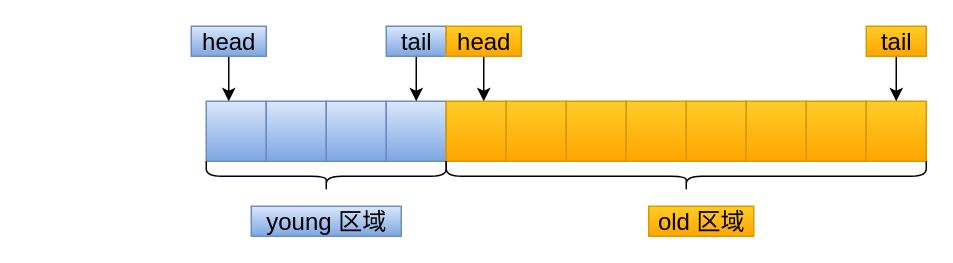
Above: mysql/innodb/young+old.drawio in xiaolincoder/ImageHost4 (draw.io), before the change. Source tidied: cells renumbered, new cells numbered last; positions are measured from the earlier drawing's top-left corner, leaving out a move shared by most shapes. Both pictures are drawn from the tidied source at 150%, with x=0, y=0 at pixel (190, -64).
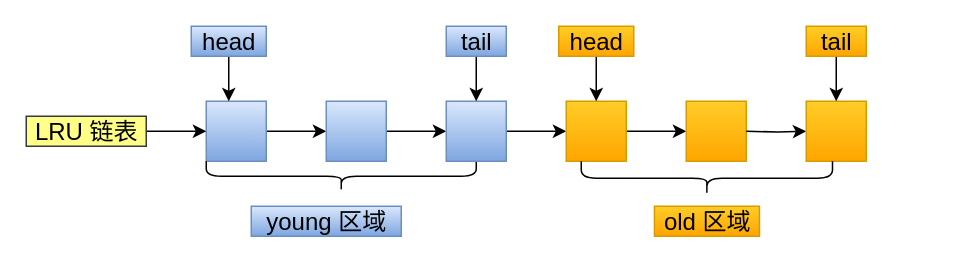
After the change.

Unchanged cells that the change refers to:
```xml
<mxCell id="2" style="rounded=0;whiteSpace=wrap;html=1;fontSize=16;fillColor=#dae8fc;strokeColor=#6c8ebf;gradientColor=#7ea6e0;" parent="1" vertex="1">
  <mxGeometry x="10" y="110" width="40" height="40" as="geometry" />
</mxCell>
```

Change to the diagram source:
```diff
@@
+    <mxCell id="26" style="edgeStyle=orthogonalEdgeStyle;rounded=0;jettySize=auto;html=1;entryX=0;entryY=0.5;entryDx=0;entryDy=0;fontSize=16;" parent="1" edge="1" source="2" target="5">
+      <mxGeometry relative="1" as="geometry" />
+    </mxCell>
@@
+    <mxCell id="27" style="edgeStyle=orthogonalEdgeStyle;rounded=0;jettySize=auto;html=1;entryX=0;entryY=0.5;entryDx=0;entryDy=0;fontSize=16;" parent="1" edge="1" source="5" target="29">
+      <mxGeometry relative="1" as="geometry" />
+    </mxCell>
     <mxCell id="5" style="rounded=0;whiteSpace=wrap;html=1;fontSize=16;fillColor=#dae8fc;strokeColor=#6c8ebf;gradientColor=#7ea6e0;" parent="1" vertex="1">
-      <mxGeometry x="50" y="110" width="40" height="40" as="geometry" />
+      <mxGeometry x="90" y="110" width="40" height="40" as="geometry" />
     </mxCell>
-    <mxCell id="6" style="rounded=0;whiteSpace=wrap;html=1;fontSize=16;fillColor=#dae8fc;strokeColor=#6c8ebf;gradientColor=#7ea6e0;" parent="1" vertex="1">
-      <mxGeometry x="90" y="110" width="40" height="40" as="geometry" />
-    </mxCell>
-    <mxCell id="7" style="rounded=0;whiteSpace=wrap;html=1;fontSize=16;fillColor=#dae8fc;strokeColor=#6c8ebf;gradientColor=#7ea6e0;" parent="1" vertex="1">
-      <mxGeometry x="130" y="110" width="40" height="40" as="geometry" />
-    </mxCell>
-    <mxCell id="8" style="rounded=0;whiteSpace=wrap;html=1;fontSize=16;fillColor=#ffcd28;gradientColor=#ffa500;strokeColor=#d79b00;" parent="1" vertex="1">
-      <mxGeometry x="170" y="110" width="40" height="40" as="geometry" />
-    </mxCell>
-    <mxCell id="9" style="rounded=0;whiteSpace=wrap;html=1;fontSize=16;fillColor=#ffcd28;gradientColor=#ffa500;strokeColor=#d79b00;" parent="1" vertex="1">
-      <mxGeometry x="210" y="110" width="40" height="40" as="geometry" />
-    </mxCell>
-    <mxCell id="10" style="rounded=0;whiteSpace=wrap;html=1;fontSize=16;fillColor=#ffcd28;gradientColor=#ffa500;strokeColor=#d79b00;" parent="1" vertex="1">
-      <mxGeometry x="250" y="110" width="40" height="40" as="geometry" />
-    </mxCell>
-    <mxCell id="11" style="rounded=0;whiteSpace=wrap;html=1;fontSize=16;fillColor=#ffcd28;gradientColor=#ffa500;strokeColor=#d79b00;" parent="1" vertex="1">
-      <mxGeometry x="290" y="110" width="40" height="40" as="geometry" />
-    </mxCell>
-    <mxCell id="12" style="rounded=0;whiteSpace=wrap;html=1;fontSize=16;fillColor=#ffcd28;gradientColor=#ffa500;strokeColor=#d79b00;" parent="1" vertex="1">
-      <mxGeometry x="330" y="110" width="40" height="40" as="geometry" />
-    </mxCell>
-    <mxCell id="13" style="rounded=0;whiteSpace=wrap;html=1;fontSize=16;fillColor=#ffcd28;gradientColor=#ffa500;strokeColor=#d79b00;" parent="1" vertex="1">
-      <mxGeometry x="370" y="110" width="40" height="40" as="geometry" />
-    </mxCell>
-    <mxCell id="14" style="rounded=0;whiteSpace=wrap;html=1;fontSize=16;fillColor=#ffcd28;gradientColor=#ffa500;strokeColor=#d79b00;" parent="1" vertex="1">
-      <mxGeometry x="410" y="110" width="40" height="40" as="geometry" />
-    </mxCell>
-    <mxCell id="15" style="rounded=0;whiteSpace=wrap;html=1;fontSize=16;fillColor=#ffcd28;gradientColor=#ffa500;strokeColor=#d79b00;" parent="1" vertex="1">
-      <mxGeometry x="450" y="110" width="40" height="40" as="geometry" />
-    </mxCell>
-    <mxCell id="16" style="endArrow=classic;html=1;rounded=0;entryX=0;entryY=0;entryDx=0;entryDy=0;fontSize=16;" parent="1" edge="1">
-      <mxGeometry relative="1" as="geometry">
-        <mxPoint x="150" y="80" as="sourcePoint" />
-        <mxPoint x="150" y="110" as="targetPoint" />
-      </mxGeometry>
-    </mxCell>
-    <mxCell id="17" value="tail" style="text;html=1;align=center;verticalAlign=middle;strokeColor=#6c8ebf;fillColor=#dae8fc;fontSize=16;gradientColor=#7ea6e0;" parent="1" vertex="1">
-      <mxGeometry x="130" y="60" width="40" height="20" as="geometry" />
-    </mxCell>
-    <mxCell id="18" style="endArrow=classic;html=1;rounded=0;entryX=0;entryY=0;entryDx=0;entryDy=0;fontSize=16;" parent="1" edge="1">
-      <mxGeometry relative="1" as="geometry">
-        <mxPoint x="195" y="80" as="sourcePoint" />
-        <mxPoint x="195" y="110" as="targetPoint" />
-      </mxGeometry>
-    </mxCell>
-    <mxCell id="19" value="head" style="text;html=1;align=center;verticalAlign=middle;strokeColor=#d79b00;fillColor=#ffcd28;fontSize=16;gradientColor=#ffa500;" parent="1" vertex="1">
-      <mxGeometry x="170" y="60" width="50" height="20" as="geometry" />
-    </mxCell>
-    <mxCell id="20" style="endArrow=classic;html=1;rounded=0;entryX=0;entryY=0;entryDx=0;entryDy=0;fontSize=16;" parent="1" edge="1">
-      <mxGeometry relative="1" as="geometry">
-        <mxPoint x="470" y="80" as="sourcePoint" />
-        <mxPoint x="470" y="110" as="targetPoint" />
-      </mxGeometry>
-    </mxCell>
-    <mxCell id="21" value="tail" style="text;html=1;align=center;verticalAlign=middle;strokeColor=#d79b00;fillColor=#ffcd28;fontSize=16;gradientColor=#ffa500;" parent="1" vertex="1">
-      <mxGeometry x="450" y="60" width="40" height="20" as="geometry" />
-    </mxCell>
     <mxCell id="22" style="shape=curlyBracket;whiteSpace=wrap;html=1;rounded=1;flipH=1;fontSize=16;rotation=90;" parent="1" vertex="1">
-      <mxGeometry x="80" y="80" width="20" height="160" as="geometry" />
+      <mxGeometry x="90" y="70" width="20" height="180" as="geometry" />
     </mxCell>
-    <mxCell id="23" style="shape=curlyBracket;whiteSpace=wrap;html=1;rounded=1;flipH=1;fontSize=16;rotation=90;" parent="1" vertex="1">
-      <mxGeometry x="320" width="20" height="320" as="geometry" />
-    </mxCell>
@@
     <mxCell id="25" value="old 区域" style="text;html=1;align=center;verticalAlign=middle;strokeColor=#d79b00;fillColor=#ffcd28;fontSize=16;gradientColor=#ffa500;" parent="1" vertex="1">
-      <mxGeometry x="305" y="180" width="70" height="20" as="geometry" />
+      <mxGeometry x="308.8" y="180" width="70" height="20" as="geometry" />
     </mxCell>
+    <mxCell id="28" style="edgeStyle=orthogonalEdgeStyle;rounded=0;jettySize=auto;html=1;entryX=0;entryY=0.5;entryDx=0;entryDy=0;fontSize=16;" parent="1" edge="1" source="29">
+      <mxGeometry relative="1" as="geometry">
+        <mxPoint x="250" y="130" as="targetPoint" />
+      </mxGeometry>
+    </mxCell>
+    <mxCell id="29" style="rounded=0;whiteSpace=wrap;html=1;fontSize=16;fillColor=#dae8fc;strokeColor=#6c8ebf;gradientColor=#7ea6e0;" parent="1" vertex="1">
+      <mxGeometry x="170" y="110" width="40" height="40" as="geometry" />
+    </mxCell>
+    <mxCell id="30" style="edgeStyle=orthogonalEdgeStyle;rounded=0;jettySize=auto;html=1;entryX=0;entryY=0.5;entryDx=0;entryDy=0;fontSize=16;" parent="1" edge="1" source="10" target="12">
+      <mxGeometry relative="1" as="geometry" />
+    </mxCell>
+    <mxCell id="10" style="rounded=0;whiteSpace=wrap;html=1;fontSize=16;fillColor=#ffcd28;gradientColor=#ffa500;strokeColor=#d79b00;" parent="1" vertex="1">
+      <mxGeometry x="250" y="110" width="40" height="40" as="geometry" />
+    </mxCell>
+    <mxCell id="31" style="endArrow=classic;html=1;rounded=0;entryX=0;entryY=0;entryDx=0;entryDy=0;fontSize=16;" parent="1" edge="1">
+      <mxGeometry relative="1" as="geometry">
+        <mxPoint x="190" y="80" as="sourcePoint" />
+        <mxPoint x="190" y="110" as="targetPoint" />
+      </mxGeometry>
+    </mxCell>
+    <mxCell id="17" value="tail" style="text;html=1;align=center;verticalAlign=middle;strokeColor=#6c8ebf;fillColor=#dae8fc;fontSize=16;gradientColor=#7ea6e0;" parent="1" vertex="1">
+      <mxGeometry x="170" y="60" width="40" height="20" as="geometry" />
+    </mxCell>
+    <mxCell id="12" style="rounded=0;whiteSpace=wrap;html=1;fontSize=16;fillColor=#ffcd28;gradientColor=#ffa500;strokeColor=#d79b00;" parent="1" vertex="1">
+      <mxGeometry x="330" y="110" width="40" height="40" as="geometry" />
+    </mxCell>
+    <mxCell id="32" style="edgeStyle=orthogonalEdgeStyle;rounded=0;jettySize=auto;html=1;entryX=0;entryY=0.5;entryDx=0;entryDy=0;fontSize=16;" parent="1" edge="1" target="14">
+      <mxGeometry relative="1" as="geometry">
+        <mxPoint x="370" y="130" as="sourcePoint" />
+      </mxGeometry>
+    </mxCell>
+    <mxCell id="14" style="rounded=0;whiteSpace=wrap;html=1;fontSize=16;fillColor=#ffcd28;gradientColor=#ffa500;strokeColor=#d79b00;" parent="1" vertex="1">
+      <mxGeometry x="410" y="110" width="40" height="40" as="geometry" />
+    </mxCell>
+    <mxCell id="33" style="endArrow=classic;html=1;rounded=0;entryX=0;entryY=0;entryDx=0;entryDy=0;fontSize=16;" parent="1" edge="1">
+      <mxGeometry relative="1" as="geometry">
+        <mxPoint x="270" y="80" as="sourcePoint" />
+        <mxPoint x="270" y="110" as="targetPoint" />
+      </mxGeometry>
+    </mxCell>
+    <mxCell id="19" value="head" style="text;html=1;align=center;verticalAlign=middle;strokeColor=#d79b00;fillColor=#ffcd28;fontSize=16;gradientColor=#ffa500;" parent="1" vertex="1">
+      <mxGeometry x="245" y="60" width="50" height="20" as="geometry" />
+    </mxCell>
+    <mxCell id="34" style="shape=curlyBracket;whiteSpace=wrap;html=1;rounded=1;flipH=1;fontSize=16;rotation=90;" parent="1" vertex="1">
+      <mxGeometry x="332.5" y="77.5" width="22.5" height="167.5" as="geometry" />
+    </mxCell>
+    <mxCell id="35" style="edgeStyle=orthogonalEdgeStyle;rounded=0;jettySize=auto;html=1;entryX=0;entryY=0.5;entryDx=0;entryDy=0;fontSize=16;" parent="1" edge="1" source="36" target="2">
+      <mxGeometry relative="1" as="geometry" />
+    </mxCell>
+    <mxCell id="36" value="LRU 链表" style="text;html=1;align=center;verticalAlign=middle;points=[];strokeColor=#36393d;fillColor=#ffff88;fontSize=16;" parent="1" vertex="1">
+      <mxGeometry x="-110" y="120" width="80" height="20" as="geometry" />
+    </mxCell>
+    <mxCell id="37" style="endArrow=classic;html=1;rounded=0;entryX=0;entryY=0;entryDx=0;entryDy=0;fontSize=16;" parent="1" edge="1">
+      <mxGeometry relative="1" as="geometry">
+        <mxPoint x="430" y="80" as="sourcePoint" />
+        <mxPoint x="430" y="110" as="targetPoint" />
+      </mxGeometry>
+    </mxCell>
+    <mxCell id="21" value="tail" style="text;html=1;align=center;verticalAlign=middle;strokeColor=#d79b00;fillColor=#ffcd28;fontSize=16;gradientColor=#ffa500;" parent="1" vertex="1">
+      <mxGeometry x="410" y="60" width="40" height="20" as="geometry" />
+    </mxCell>
```
